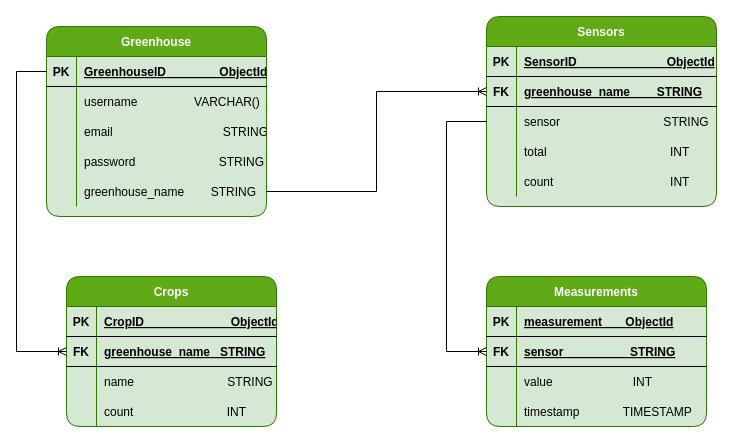
Before: ER Diagram(IoT).drawio in Cybernadero/ER, a draw.io diagram. Source tidied: cells renumbered, new cells numbered last; positions are measured from the earlier drawing's top-left corner, leaving out a move shared by most shapes. Both pictures are drawn from the tidied source at 100%, with x=0, y=0 at pixel (16, 16).
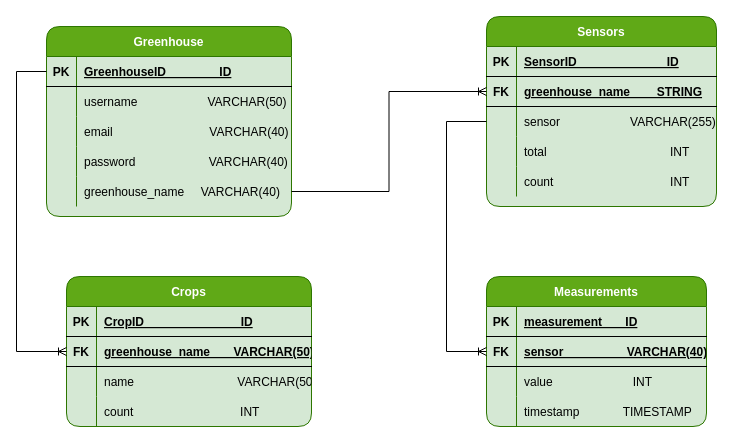
Above is the later version.

The change refers to these unchanged cells:
```xml
<mxCell id="33" style="shape=partialRectangle;fillColor=none;top=0;left=0;bottom=1;right=0;" parent="32" vertex="1">
  <mxGeometry y="30" width="230" height="30" as="geometry" />
</mxCell>
<mxCell id="39" style="shape=partialRectangle;fillColor=none;top=0;left=0;bottom=0;right=0;points=[[0,0.5],[1,0.5]];portConstraint=eastwest;" parent="32" vertex="1">
  <mxGeometry y="90" width="230" height="30" as="geometry" />
</mxCell>
<mxCell id="49" style="shape=partialRectangle;fillColor=none;top=0;left=0;bottom=1;right=0;" parent="48" vertex="1">
  <mxGeometry y="30" width="220" height="30" as="geometry" />
</mxCell>
<mxCell id="52" style="shape=partialRectangle;fillColor=none;top=0;left=0;bottom=1;right=0;points=[[0,0.5],[1,0.5]];portConstraint=eastwest;" parent="48" vertex="1">
  <mxGeometry y="60" width="220" height="30" as="geometry" />
</mxCell>
```

Diff of the diagram source:
```diff
@@
     <mxCell id="2" value="Greenhouse" style="shape=table;startSize=30;childLayout=tableLayout;rowLines=0;fontStyle=1;align=center;rounded=1;fillColor=#60a917;strokeColor=#2D7600;fontColor=#ffffff;swimlaneFillColor=#D5E8D4;" parent="1" vertex="1">
-      <mxGeometry x="30" y="10" width="220" height="190" as="geometry" />
+      <mxGeometry x="30" y="10" width="245" height="190" as="geometry" />
     </mxCell>
     <mxCell id="3" style="shape=partialRectangle;fillColor=none;top=0;left=0;bottom=1;right=0;points=[[0,0.5],[1,0.5]];portConstraint=eastwest;rounded=1;" parent="2" vertex="1">
-      <mxGeometry y="30" width="220" height="30" as="geometry" />
+      <mxGeometry y="30" width="245" height="30" as="geometry" />
     </mxCell>
@@
-    <mxCell id="5" value="GreenhouseID                ObjectId" style="shape=partialRectangle;fillColor=none;top=0;left=0;bottom=0;right=0;align=left;spacingLeft=6;fontStyle=5;overflow=hidden;rounded=1;" parent="3" vertex="1">
-      <mxGeometry x="30" width="190" height="30" as="geometry" />
+    <mxCell id="5" value="GreenhouseID                ID" style="shape=partialRectangle;fillColor=none;top=0;left=0;bottom=0;right=0;align=left;spacingLeft=6;fontStyle=5;overflow=hidden;rounded=1;" parent="3" vertex="1">
+      <mxGeometry x="30" width="215" height="30" as="geometry" />
     </mxCell>
     <mxCell id="6" style="shape=partialRectangle;fillColor=none;top=0;left=0;bottom=0;right=0;rounded=1;" parent="2" vertex="1">
-      <mxGeometry y="60" width="220" height="30" as="geometry" />
+      <mxGeometry y="60" width="245" height="30" as="geometry" />
     </mxCell>
@@
-    <mxCell id="8" value="username                 VARCHAR()" style="shape=partialRectangle;fillColor=none;top=0;left=0;bottom=0;right=0;align=left;spacingLeft=6;overflow=hidden;rounded=1;" parent="6" vertex="1">
-      <mxGeometry x="30" width="190" height="30" as="geometry" />
+    <mxCell id="8" value="username                     VARCHAR(50)" style="shape=partialRectangle;fillColor=none;top=0;left=0;bottom=0;right=0;align=left;spacingLeft=6;overflow=hidden;rounded=1;" parent="6" vertex="1">
+      <mxGeometry x="30" width="215" height="30" as="geometry" />
     </mxCell>
     <mxCell id="9" style="shape=partialRectangle;fillColor=none;top=0;left=0;bottom=0;right=0;rounded=1;" parent="2" vertex="1">
-      <mxGeometry y="90" width="220" height="30" as="geometry" />
+      <mxGeometry y="90" width="245" height="30" as="geometry" />
     </mxCell>
@@
-    <mxCell id="11" value="email                                 STRING" style="shape=partialRectangle;fillColor=none;top=0;left=0;bottom=0;right=0;align=left;spacingLeft=6;overflow=hidden;rounded=1;" parent="9" vertex="1">
-      <mxGeometry x="30" width="190" height="30" as="geometry" />
+    <mxCell id="11" value="email                             VARCHAR(40)" style="shape=partialRectangle;fillColor=none;top=0;left=0;bottom=0;right=0;align=left;spacingLeft=6;overflow=hidden;rounded=1;" parent="9" vertex="1">
+      <mxGeometry x="30" width="215" height="30" as="geometry" />
     </mxCell>
     <mxCell id="12" style="shape=partialRectangle;fillColor=none;top=0;left=0;bottom=0;right=0;rounded=1;" parent="2" vertex="1">
-      <mxGeometry y="120" width="220" height="30" as="geometry" />
+      <mxGeometry y="120" width="245" height="30" as="geometry" />
     </mxCell>
@@
-    <mxCell id="14" value="password                         STRING" style="shape=partialRectangle;fillColor=none;top=0;left=0;bottom=0;right=0;align=left;spacingLeft=6;overflow=hidden;rounded=1;" parent="12" vertex="1">
-      <mxGeometry x="30" width="190" height="30" as="geometry" />
+    <mxCell id="14" value="password                      VARCHAR(40)" style="shape=partialRectangle;fillColor=none;top=0;left=0;bottom=0;right=0;align=left;spacingLeft=6;overflow=hidden;rounded=1;" parent="12" vertex="1">
+      <mxGeometry x="30" width="215" height="30" as="geometry" />
     </mxCell>
     <mxCell id="15" style="shape=partialRectangle;fillColor=none;top=0;left=0;bottom=0;right=0;points=[[0,0.5],[1,0.5]];portConstraint=eastwest;rounded=1;" parent="2" vertex="1">
-      <mxGeometry y="150" width="220" height="30" as="geometry" />
+      <mxGeometry y="150" width="245" height="30" as="geometry" />
     </mxCell>
@@
-    <mxCell id="17" value="greenhouse_name        STRING" style="shape=partialRectangle;fillColor=none;top=0;left=0;bottom=0;right=0;align=left;spacingLeft=6;overflow=hidden;rounded=1;" parent="15" vertex="1">
-      <mxGeometry x="30" width="190" height="30" as="geometry" />
+    <mxCell id="17" value="greenhouse_name     VARCHAR(40)" style="shape=partialRectangle;fillColor=none;top=0;left=0;bottom=0;right=0;align=left;spacingLeft=6;overflow=hidden;rounded=1;" parent="15" vertex="1">
+      <mxGeometry x="30" width="215" height="30" as="geometry" />
     </mxCell>
     <mxCell id="18" value="Crops" style="shape=table;startSize=30;childLayout=tableLayout;rowLines=0;fontStyle=1;align=center;rounded=1;fillColor=#60a917;strokeColor=#2D7600;fontColor=#ffffff;swimlaneFillColor=#D5E8D4;" parent="1" vertex="1">
-      <mxGeometry x="50" y="260" width="210" height="150" as="geometry" />
+      <mxGeometry x="50" y="260" width="245" height="150" as="geometry" />
     </mxCell>
     <mxCell id="19" style="shape=partialRectangle;fillColor=none;top=0;left=0;bottom=1;right=0;" parent="18" vertex="1">
-      <mxGeometry y="30" width="210" height="30" as="geometry" />
+      <mxGeometry y="30" width="245" height="30" as="geometry" />
     </mxCell>
@@
-    <mxCell id="21" value="CropID                          ObjectId" style="shape=partialRectangle;fillColor=none;top=0;left=0;bottom=0;right=0;align=left;spacingLeft=6;fontStyle=5;overflow=hidden;" parent="19" vertex="1">
-      <mxGeometry x="30" width="180" height="30" as="geometry" />
+    <mxCell id="21" value="CropID                             ID" style="shape=partialRectangle;fillColor=none;top=0;left=0;bottom=0;right=0;align=left;spacingLeft=6;fontStyle=5;overflow=hidden;" parent="19" vertex="1">
+      <mxGeometry x="30" width="215" height="30" as="geometry" />
     </mxCell>
     <mxCell id="22" style="shape=partialRectangle;fillColor=none;top=0;left=0;bottom=1;right=0;points=[[0,0.5],[1,0.5]];portConstraint=eastwest;" parent="18" vertex="1">
-      <mxGeometry y="60" width="210" height="30" as="geometry" />
+      <mxGeometry y="60" width="245" height="30" as="geometry" />
     </mxCell>
@@
-    <mxCell id="24" value="greenhouse_name   STRING" style="shape=partialRectangle;fillColor=none;top=0;left=0;bottom=0;right=0;align=left;spacingLeft=6;fontStyle=5;overflow=hidden;" parent="22" vertex="1">
-      <mxGeometry x="30" width="180" height="30" as="geometry" />
+    <mxCell id="24" value="greenhouse_name       VARCHAR(50)" style="shape=partialRectangle;fillColor=none;top=0;left=0;bottom=0;right=0;align=left;spacingLeft=6;fontStyle=5;overflow=hidden;" parent="22" vertex="1">
+      <mxGeometry x="30" width="215" height="30" as="geometry" />
     </mxCell>
     <mxCell id="25" style="shape=partialRectangle;fillColor=none;top=0;left=0;bottom=0;right=0;" parent="18" vertex="1">
-      <mxGeometry y="90" width="210" height="30" as="geometry" />
+      <mxGeometry y="90" width="245" height="30" as="geometry" />
     </mxCell>
@@
-    <mxCell id="27" value="name                            STRING" style="shape=partialRectangle;fillColor=none;top=0;left=0;bottom=0;right=0;align=left;spacingLeft=6;overflow=hidden;" parent="25" vertex="1">
-      <mxGeometry x="30" width="180" height="30" as="geometry" />
+    <mxCell id="27" value="name                               VARCHAR(50)" style="shape=partialRectangle;fillColor=none;top=0;left=0;bottom=0;right=0;align=left;spacingLeft=6;overflow=hidden;" parent="25" vertex="1">
+      <mxGeometry x="30" width="215" height="30" as="geometry" />
     </mxCell>
     <mxCell id="28" style="shape=partialRectangle;fillColor=none;top=0;left=0;bottom=0;right=0;" parent="18" vertex="1">
-      <mxGeometry y="120" width="210" height="30" as="geometry" />
+      <mxGeometry y="120" width="245" height="30" as="geometry" />
     </mxCell>
@@
-    <mxCell id="30" value="count                            INT" style="shape=partialRectangle;fillColor=none;top=0;left=0;bottom=0;right=0;align=left;spacingLeft=6;overflow=hidden;" parent="28" vertex="1">
-      <mxGeometry x="30" width="180" height="30" as="geometry" />
+    <mxCell id="30" value="count                                INT" style="shape=partialRectangle;fillColor=none;top=0;left=0;bottom=0;right=0;align=left;spacingLeft=6;overflow=hidden;" parent="28" vertex="1">
+      <mxGeometry x="30" width="215" height="30" as="geometry" />
     </mxCell>
@@
-    <mxCell id="35" value="SensorID                           ObjectId" style="shape=partialRectangle;fillColor=none;top=0;left=0;bottom=0;right=0;align=left;spacingLeft=6;fontStyle=5;overflow=hidden;" parent="33" vertex="1">
+    <mxCell id="35" value="SensorID                           ID" style="shape=partialRectangle;fillColor=none;top=0;left=0;bottom=0;right=0;align=left;spacingLeft=6;fontStyle=5;overflow=hidden;" parent="33" vertex="1">
       <mxGeometry x="30" width="200" height="30" as="geometry" />
     </mxCell>
@@
-    <mxCell id="41" value="sensor                               STRING" style="shape=partialRectangle;fillColor=none;top=0;left=0;bottom=0;right=0;align=left;spacingLeft=6;overflow=hidden;" parent="39" vertex="1">
+    <mxCell id="41" value="sensor                     VARCHAR(255)" style="shape=partialRectangle;fillColor=none;top=0;left=0;bottom=0;right=0;align=left;spacingLeft=6;overflow=hidden;" parent="39" vertex="1">
       <mxGeometry x="30" width="200" height="30" as="geometry" />
     </mxCell>
@@
-    <mxCell id="51" value="measurement       ObjectId" style="shape=partialRectangle;fillColor=none;top=0;left=0;bottom=0;right=0;align=left;spacingLeft=6;fontStyle=5;overflow=hidden;" parent="49" vertex="1">
+    <mxCell id="51" value="measurement       ID" style="shape=partialRectangle;fillColor=none;top=0;left=0;bottom=0;right=0;align=left;spacingLeft=6;fontStyle=5;overflow=hidden;" parent="49" vertex="1">
       <mxGeometry x="30" width="190" height="30" as="geometry" />
     </mxCell>
@@
-    <mxCell id="54" value="sensor                    STRING" style="shape=partialRectangle;fillColor=none;top=0;left=0;bottom=0;right=0;align=left;spacingLeft=6;fontStyle=5;overflow=hidden;" parent="52" vertex="1">
+    <mxCell id="54" value="sensor                   VARCHAR(40)" style="shape=partialRectangle;fillColor=none;top=0;left=0;bottom=0;right=0;align=left;spacingLeft=6;fontStyle=5;overflow=hidden;" parent="52" vertex="1">
       <mxGeometry x="30" width="190" height="30" as="geometry" />
     </mxCell>
```
